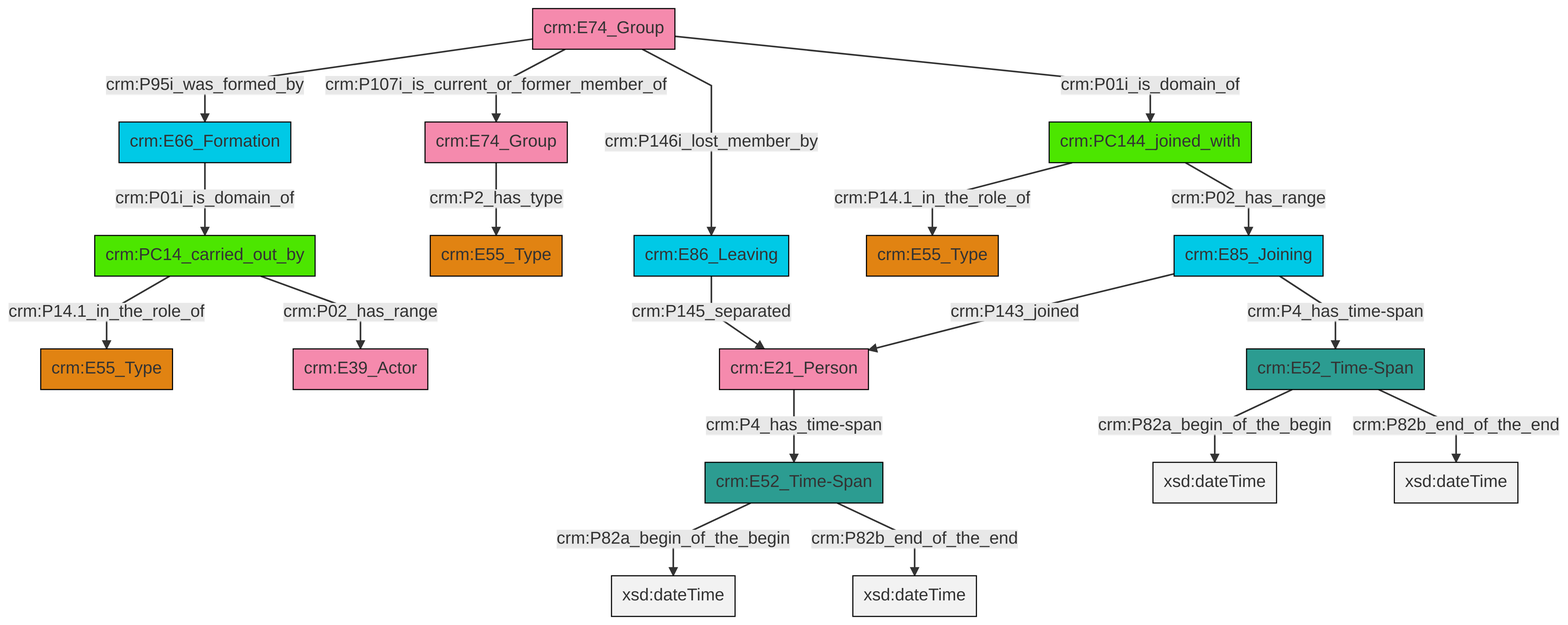
Earlier version of the Mermaid export et/groupCSV/ttl/mmd/png/group_actor_relations.png (swiss-art-research-net/reference-data-models). Its source is kept beside it as et/groupCSV/ttl/mmd/group_actor_relations.ttl.mmd.
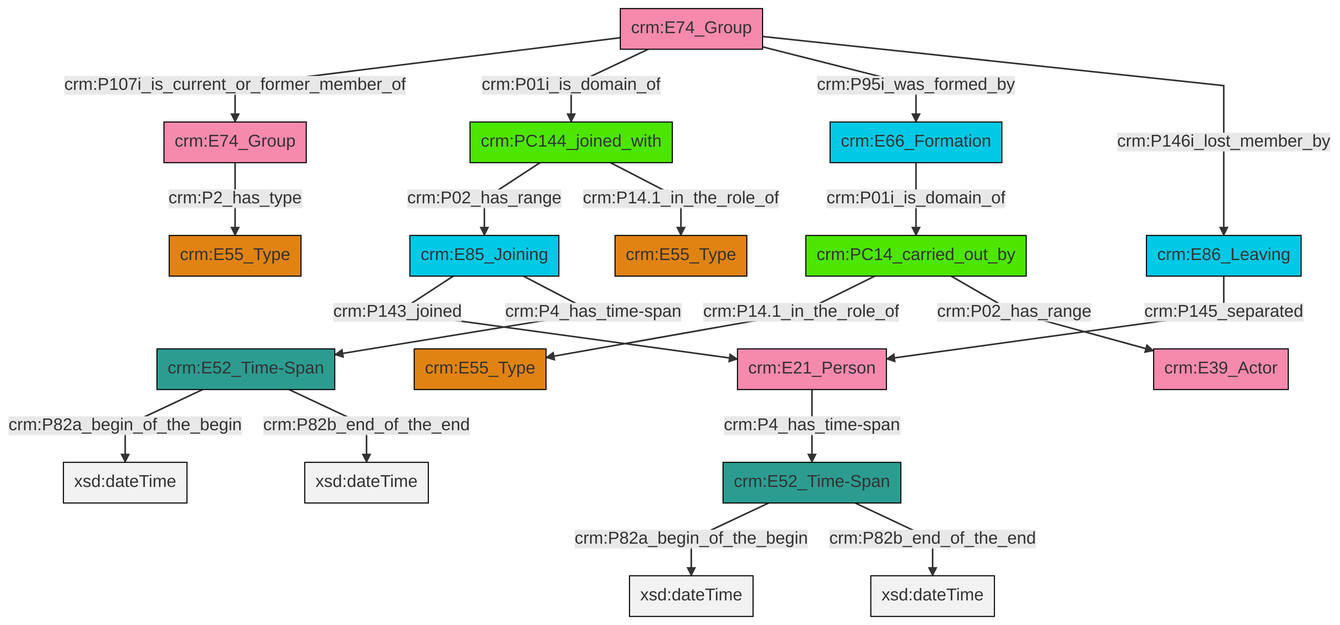
After the change.

What changed in the source:
```diff
@@ -13,21 +13,21 @@
 classDef PC_Classes fill:#4ce600, stroke:#000000;
 classDef Multi fill:#cccccc,stroke:#000000;
 
-2["crm:E85_Joining"]:::Temporal_Entity -->|crm:P143_joined| 3["crm:E21_Person"]:::Actor
-4["crm:PC14_carried_out_by"]:::PC_Classes -->|crm:P14.1_in_the_role_of| 5["crm:E55_Type"]:::Type
-6["crm:PC144_joined_with"]:::PC_Classes -->|crm:P14.1_in_the_role_of| 7["crm:E55_Type"]:::Type
-15["crm:E52_Time-Span"]:::Time-Span -->|crm:P82a_begin_of_the_begin| 16[xsd:dateTime]:::Literal
-3["crm:E21_Person"]:::Actor -->|crm:P4_has_time-span| 15["crm:E52_Time-Span"]:::Time-Span
-8["crm:E74_Group"]:::Actor -->|crm:P95i_was_formed_by| 13["crm:E66_Formation"]:::Temporal_Entity
-15["crm:E52_Time-Span"]:::Time-Span -->|crm:P82b_end_of_the_end| 22[xsd:dateTime]:::Literal
-24["crm:E52_Time-Span"]:::Time-Span -->|crm:P82a_begin_of_the_begin| 25[xsd:dateTime]:::Literal
-24["crm:E52_Time-Span"]:::Time-Span -->|crm:P82b_end_of_the_end| 26[xsd:dateTime]:::Literal
-2["crm:E85_Joining"]:::Temporal_Entity -->|crm:P4_has_time-span| 24["crm:E52_Time-Span"]:::Time-Span
-10["crm:E86_Leaving"]:::Temporal_Entity -->|crm:P145_separated| 3["crm:E21_Person"]:::Actor
-4["crm:PC14_carried_out_by"]:::PC_Classes -->|crm:P02_has_range| 28["crm:E39_Actor"]:::Actor
-13["crm:E66_Formation"]:::Temporal_Entity -->|crm:P01i_is_domain_of| 4["crm:PC14_carried_out_by"]:::PC_Classes
-8["crm:E74_Group"]:::Actor -->|crm:P107i_is_current_or_former_member_of| 0["crm:E74_Group"]:::Actor
-8["crm:E74_Group"]:::Actor -->|crm:P146i_lost_member_by| 10["crm:E86_Leaving"]:::Temporal_Entity
-6["crm:PC144_joined_with"]:::PC_Classes -->|crm:P02_has_range| 2["crm:E85_Joining"]:::Temporal_Entity
-8["crm:E74_Group"]:::Actor -->|crm:P01i_is_domain_of| 6["crm:PC144_joined_with"]:::PC_Classes
-0["crm:E74_Group"]:::Actor -->|crm:P2_has_type| 17["crm:E55_Type"]:::Type
+4["crm:E52_Time-Span"]:::Time-Span -->|crm:P82a_begin_of_the_begin| 6[xsd:dateTime]:::Literal
+2["crm:E52_Time-Span"]:::Time-Span -->|crm:P82a_begin_of_the_begin| 7[xsd:dateTime]:::Literal
+8["crm:E21_Person"]:::Actor -->|crm:P4_has_time-span| 2["crm:E52_Time-Span"]:::Time-Span
+9["crm:PC144_joined_with"]:::PC_Classes -->|crm:P02_has_range| 10["crm:E85_Joining"]:::Temporal_Entity
+10["crm:E85_Joining"]:::Temporal_Entity -->|crm:P143_joined| 8["crm:E21_Person"]:::Actor
+15["crm:E74_Group"]:::Actor -->|crm:P107i_is_current_or_former_member_of| 16["crm:E74_Group"]:::Actor
+2["crm:E52_Time-Span"]:::Time-Span -->|crm:P82b_end_of_the_end| 19[xsd:dateTime]:::Literal
+10["crm:E85_Joining"]:::Temporal_Entity -->|crm:P4_has_time-span| 4["crm:E52_Time-Span"]:::Time-Span
+15["crm:E74_Group"]:::Actor -->|crm:P01i_is_domain_of| 9["crm:PC144_joined_with"]:::PC_Classes
+15["crm:E74_Group"]:::Actor -->|crm:P95i_was_formed_by| 12["crm:E66_Formation"]:::Temporal_Entity
+4["crm:E52_Time-Span"]:::Time-Span -->|crm:P82b_end_of_the_end| 22[xsd:dateTime]:::Literal
+15["crm:E74_Group"]:::Actor -->|crm:P146i_lost_member_by| 20["crm:E86_Leaving"]:::Temporal_Entity
+16["crm:E74_Group"]:::Actor -->|crm:P2_has_type| 23["crm:E55_Type"]:::Type
+24["crm:PC14_carried_out_by"]:::PC_Classes -->|crm:P14.1_in_the_role_of| 0["crm:E55_Type"]:::Type
+20["crm:E86_Leaving"]:::Temporal_Entity -->|crm:P145_separated| 8["crm:E21_Person"]:::Actor
+12["crm:E66_Formation"]:::Temporal_Entity -->|crm:P01i_is_domain_of| 24["crm:PC14_carried_out_by"]:::PC_Classes
+9["crm:PC144_joined_with"]:::PC_Classes -->|crm:P14.1_in_the_role_of| 17["crm:E55_Type"]:::Type
+24["crm:PC14_carried_out_by"]:::PC_Classes -->|crm:P02_has_range| 29["crm:E39_Actor"]:::Actor
```
